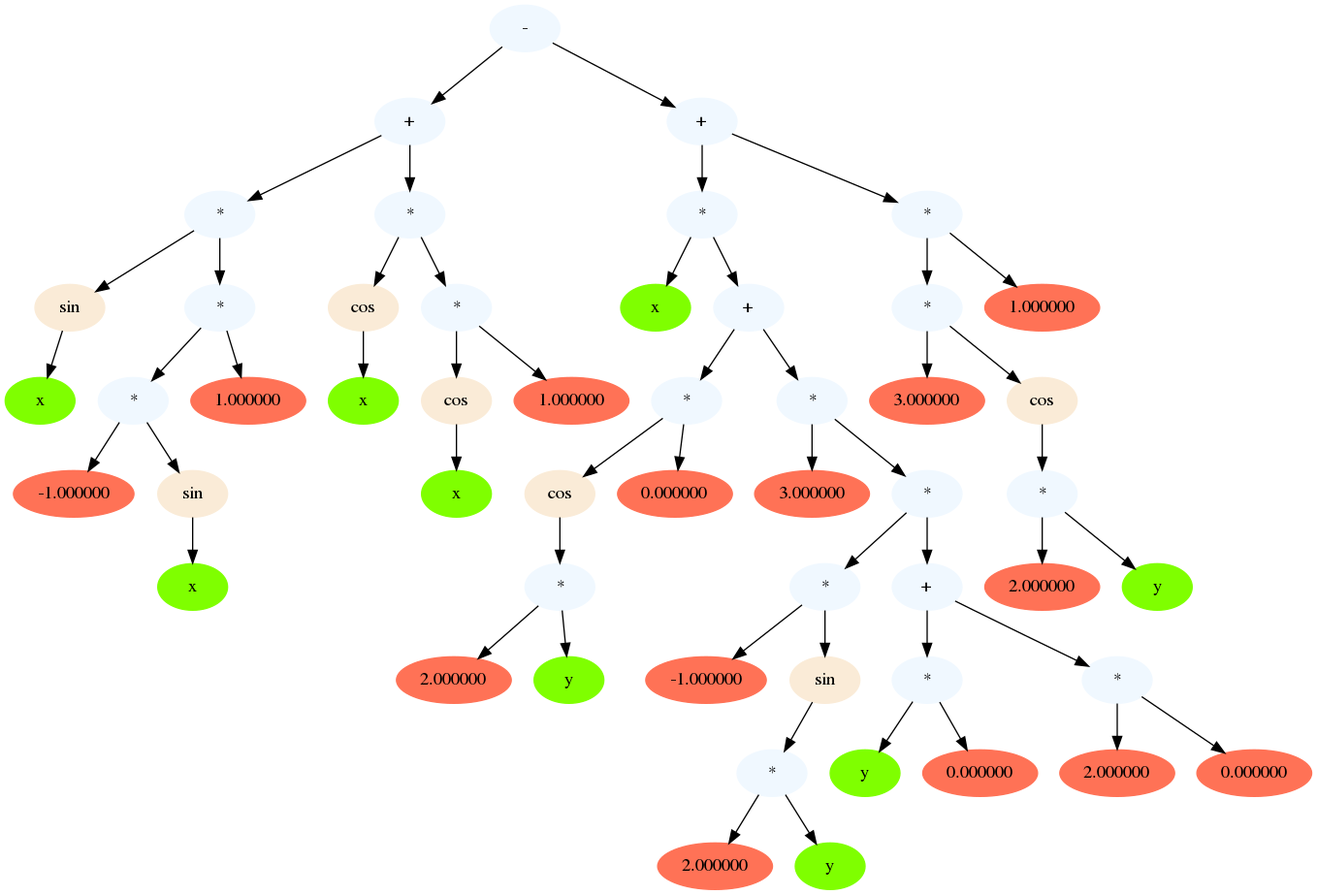
Above: tree_graph.dot.png in 9OMShitikov/differentiator (Graphviz), before the change. Its source is kept beside it as tree_graph.dot.
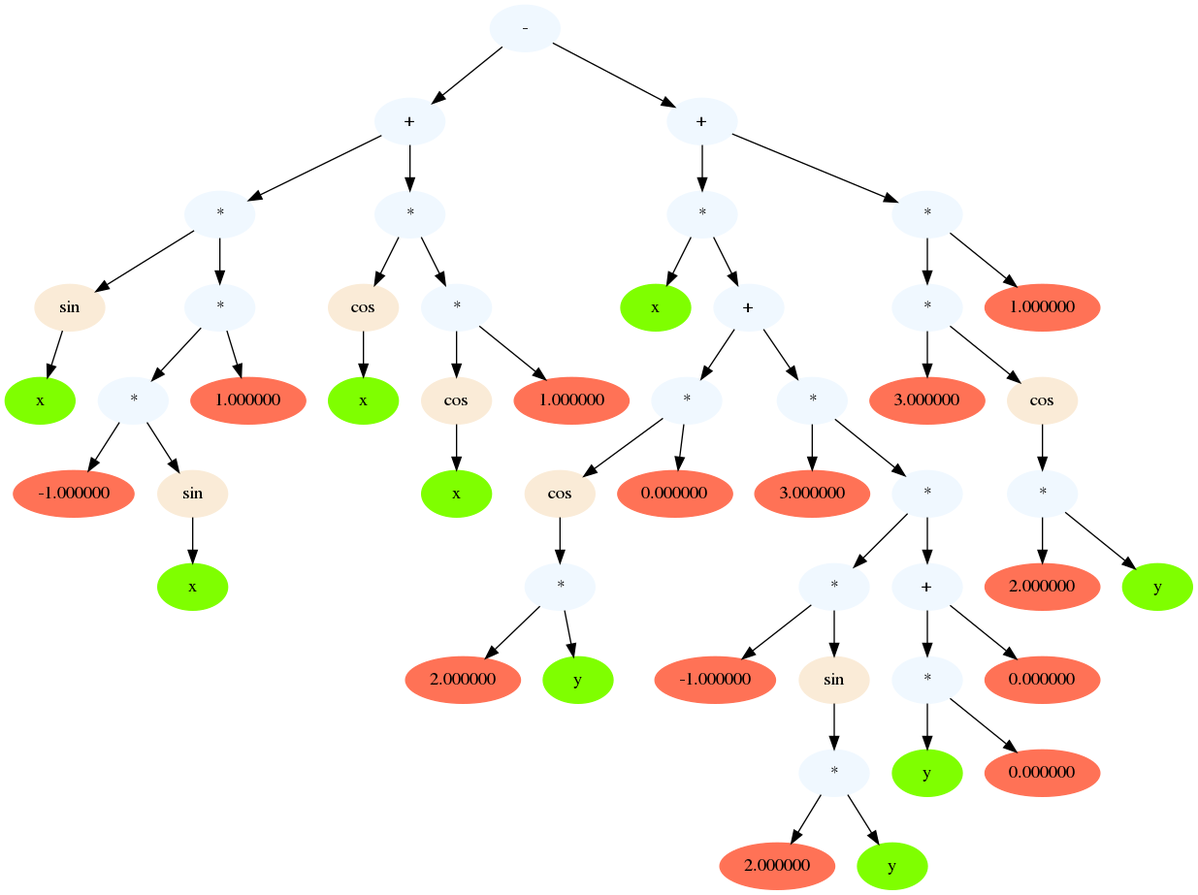
Later version of the same file.

What changed in the source:
```diff
@@ -1,127 +1,122 @@
 digraph expression_tree {
 v0 [label = "-", style = filled, color = aliceblue]
 v1 [label = "+", style = filled, color = aliceblue]
-v2 [label = "+", style = filled, color = aliceblue]
+v2 [label = "*", style = filled, color = aliceblue]
 v3 [label = "sin", style = filled, color = antiquewhite]
-v4 [label = "*", style = filled, color = aliceblue]
+v4 [label = "x", style = filled, color = chartreuse]
 v5 [label = "*", style = filled, color = aliceblue]
 v6 [label = "*", style = filled, color = aliceblue]
-v7 [label = "cos", style = filled, color = antiquewhite]
-v8 [label = "*", style = filled, color = aliceblue]
+v7 [label = "-1.000000", style = filled, color = coral1]
+v8 [label = "sin", style = filled, color = antiquewhite]
 v9 [label = "x", style = filled, color = chartreuse]
-v10 [label = "-1.000000", style = filled, color = coral1]
-v11 [label = "sin", style = filled, color = antiquewhite]
-v12 [label = "x", style = filled, color = chartreuse]
-v13 [label = "*", style = filled, color = aliceblue]
-v14 [label = "1.000000", style = filled, color = coral1]
-v15 [label = "x", style = filled, color = chartreuse]
+v10 [label = "1.000000", style = filled, color = coral1]
+v11 [label = "*", style = filled, color = aliceblue]
+v12 [label = "cos", style = filled, color = antiquewhite]
+v13 [label = "x", style = filled, color = chartreuse]
+v14 [label = "*", style = filled, color = aliceblue]
+v15 [label = "cos", style = filled, color = antiquewhite]
 v16 [label = "x", style = filled, color = chartreuse]
-v17 [label = "cos", style = filled, color = antiquewhite]
-v18 [label = "1.000000", style = filled, color = coral1]
-v19 [label = "x", style = filled, color = chartreuse]
-v20 [label = "+", style = filled, color = aliceblue]
-v21 [label = "*", style = filled, color = aliceblue]
+v17 [label = "1.000000", style = filled, color = coral1]
+v18 [label = "+", style = filled, color = aliceblue]
+v19 [label = "*", style = filled, color = aliceblue]
+v20 [label = "x", style = filled, color = chartreuse]
+v21 [label = "+", style = filled, color = aliceblue]
 v22 [label = "*", style = filled, color = aliceblue]
-v23 [label = "*", style = filled, color = aliceblue]
-v24 [label = "1.000000", style = filled, color = coral1]
-v25 [label = "cos", style = filled, color = antiquewhite]
-v26 [label = "0.000000", style = filled, color = coral1]
-v27 [label = "*", style = filled, color = aliceblue]
+v23 [label = "cos", style = filled, color = antiquewhite]
+v24 [label = "*", style = filled, color = aliceblue]
+v25 [label = "2.000000", style = filled, color = coral1]
+v26 [label = "y", style = filled, color = chartreuse]
+v27 [label = "0.000000", style = filled, color = coral1]
 v28 [label = "*", style = filled, color = aliceblue]
 v29 [label = "3.000000", style = filled, color = coral1]
 v30 [label = "*", style = filled, color = aliceblue]
 v31 [label = "*", style = filled, color = aliceblue]
-v32 [label = "2.000000", style = filled, color = coral1]
-v33 [label = "y", style = filled, color = chartreuse]
-v34 [label = "-1.000000", style = filled, color = coral1]
-v35 [label = "sin", style = filled, color = antiquewhite]
-v36 [label = "*", style = filled, color = aliceblue]
-v37 [label = "*", style = filled, color = aliceblue]
-v38 [label = "+", style = filled, color = aliceblue]
-v39 [label = "2.000000", style = filled, color = coral1]
-v40 [label = "y", style = filled, color = chartreuse]
-v41 [label = "y", style = filled, color = chartreuse]
-v42 [label = "0.000000", style = filled, color = coral1]
+v32 [label = "-1.000000", style = filled, color = coral1]
+v33 [label = "sin", style = filled, color = antiquewhite]
+v34 [label = "*", style = filled, color = aliceblue]
+v35 [label = "2.000000", style = filled, color = coral1]
+v36 [label = "y", style = filled, color = chartreuse]
+v37 [label = "+", style = filled, color = aliceblue]
+v38 [label = "*", style = filled, color = aliceblue]
+v39 [label = "y", style = filled, color = chartreuse]
+v40 [label = "0.000000", style = filled, color = coral1]
+v41 [label = "0.000000", style = filled, color = coral1]
+v42 [label = "*", style = filled, color = aliceblue]
 v43 [label = "*", style = filled, color = aliceblue]
-v44 [label = "*", style = filled, color = aliceblue]
-v45 [label = "2.000000", style = filled, color = coral1]
-v46 [label = "0.000000", style = filled, color = coral1]
-v47 [label = "3.000000", style = filled, color = coral1]
-v48 [label = "cos", style = filled, color = antiquewhite]
-v49 [label = "*", style = filled, color = aliceblue]
-v50 [label = "2.000000", style = filled, color = coral1]
-v51 [label = "y", style = filled, color = chartreuse]
+v44 [label = "3.000000", style = filled, color = coral1]
+v45 [label = "cos", style = filled, color = antiquewhite]
+v46 [label = "*", style = filled, color = aliceblue]
+v47 [label = "2.000000", style = filled, color = coral1]
+v48 [label = "y", style = filled, color = chartreuse]
+v49 [label = "1.000000", style = filled, color = coral1]
 v0->v1
-v0->v2
-{rank = same; v1, v2}
-v1->v5
-v1->v6
-{rank = same; v5, v6}
-v2->v21
-v2->v22
-{rank = same; v21, v22}
-v3->v9
-v4->v13
-v4->v14
-{rank = same; v13, v14}
-v5->v3
-v5->v4
-{rank = same; v3, v4}
+v0->v18
+{rank = same; v1, v18}
+v1->v2
+v1->v11
+{rank = same; v2, v11}
+v2->v3
+v2->v5
+{rank = same; v3, v5}
+v3->v4
+v5->v6
+v5->v10
+{rank = same; v6, v10}
 v6->v7
 v6->v8
 {rank = same; v7, v8}
-v7->v15
-v8->v17
-v8->v18
-{rank = same; v17, v18}
+v8->v9
 v11->v12
-v13->v10
-v13->v11
-{rank = same; v10, v11}
-v17->v16
-v20->v27
-v20->v28
-{rank = same; v27, v28}
-v21->v19
-v21->v20
-{rank = same; v19, v20}
+v11->v14
+{rank = same; v12, v14}
+v12->v13
+v14->v15
+v14->v17
+{rank = same; v15, v17}
+v15->v16
+v18->v19
+v18->v42
+{rank = same; v19, v42}
+v19->v20
+v19->v21
+{rank = same; v20, v21}
+v21->v22
+v21->v28
+{rank = same; v22, v28}
 v22->v23
-v22->v24
-{rank = same; v23, v24}
-v23->v47
-v23->v48
-{rank = same; v47, v48}
-v25->v31
-v27->v25
-v27->v26
+v22->v27
+{rank = same; v23, v27}
+v23->v24
+v24->v25
+v24->v26
 {rank = same; v25, v26}
 v28->v29
 v28->v30
 {rank = same; v29, v30}
+v30->v31
 v30->v37
-v30->v38
-{rank = same; v37, v38}
+{rank = same; v31, v37}
 v31->v32
 v31->v33
 {rank = same; v32, v33}
-v35->v36
-v36->v39
-v36->v40
+v33->v34
+v34->v35
+v34->v36
+{rank = same; v35, v36}
+v37->v38
+v37->v41
+{rank = same; v38, v41}
+v38->v39
+v38->v40
 {rank = same; v39, v40}
-v37->v34
-v37->v35
-{rank = same; v34, v35}
-v38->v43
-v38->v44
-{rank = same; v43, v44}
-v43->v41
-v43->v42
-{rank = same; v41, v42}
-v44->v45
-v44->v46
-{rank = same; v45, v46}
-v48->v49
-v49->v50
-v49->v51
-{rank = same; v50, v51}
+v42->v43
+v42->v49
+{rank = same; v43, v49}
+v43->v44
+v43->v45
+{rank = same; v44, v45}
+v45->v46
+v46->v47
+v46->v48
+{rank = same; v47, v48}
 }
```
